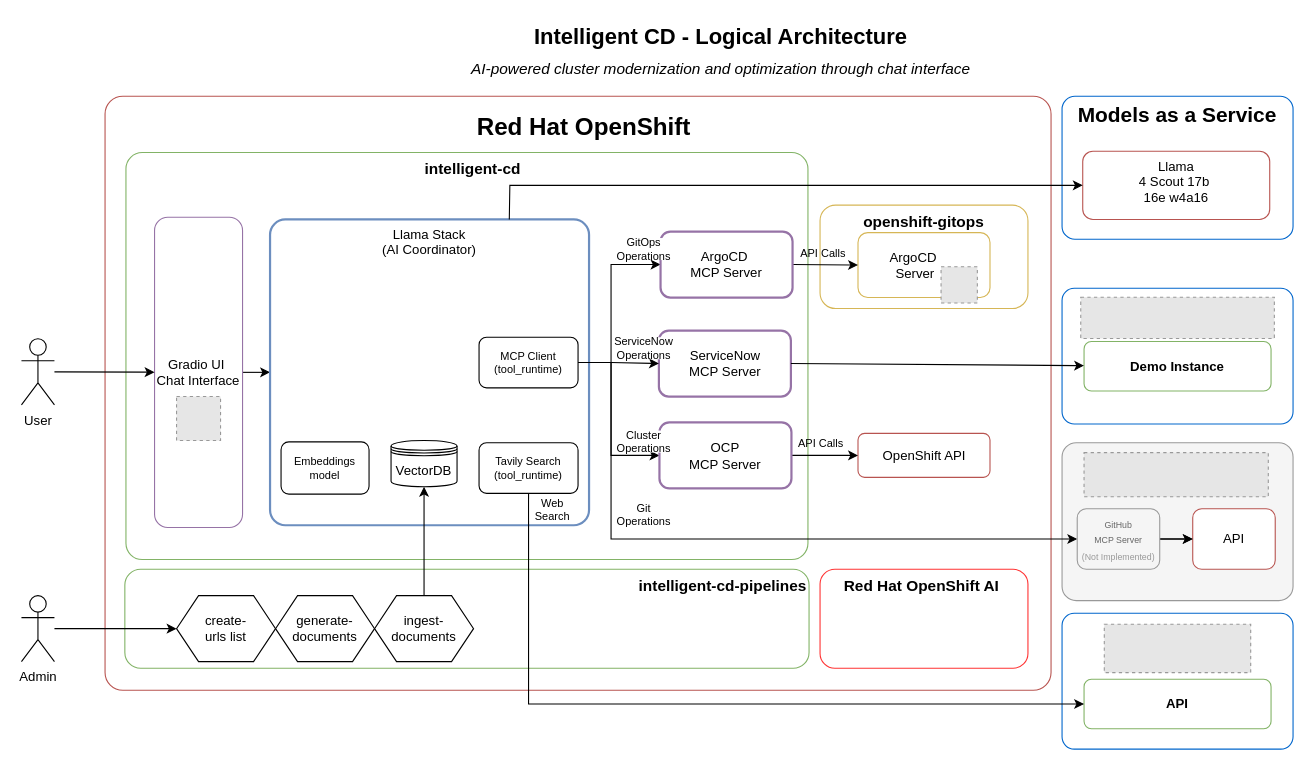
The draw.io diagram architecture.drawio in alpha-hack-program/intelligent-cd-iberia, before the edit. Source tidied: cells renumbered, new cells numbered last; positions are measured from the earlier drawing's top-left corner, leaving out a move shared by most shapes. Both pictures are drawn from the tidied source at 110%, with x=0, y=0 at pixel (21, 19). Pictures stored in the file or linked from it are replaced by grey dashed boxes.
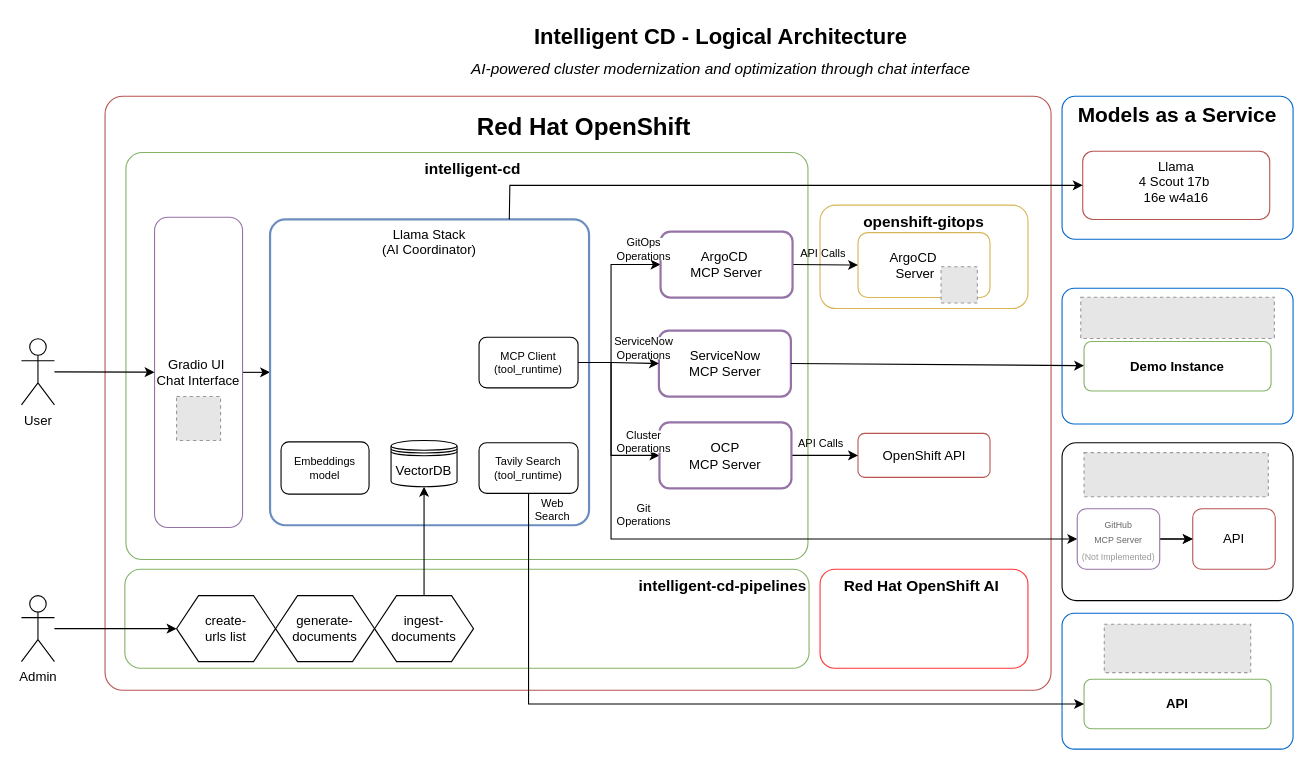
The same diagram, later.

Commit message (it also covers changes not shown here):
⚡️ Add feature to connect to GitHub

What changed in the source:
```diff
@@
-    <mxCell id="2" style="rounded=1;whiteSpace=wrap;html=1;fillColor=#f5f5f5;strokeColor=#999999;fontSize=22;fontStyle=1;arcSize=9;verticalAlign=top;fontColor=#666666;" parent="1" vertex="1">
+    <mxCell id="2" style="rounded=1;whiteSpace=wrap;html=1;fontSize=22;fontStyle=1;arcSize=9;verticalAlign=top;" parent="1" vertex="1">
       <mxGeometry x="946" y="385" width="210" height="143.5" as="geometry" />
     </mxCell>
@@
-    <mxCell id="26" value="&lt;div&gt;&lt;span style=&quot;color: rgb(102, 102, 102);&quot;&gt;&lt;font style=&quot;font-size: 8px;&quot;&gt;GitHub&lt;/font&gt;&lt;/span&gt;&lt;div&gt;&lt;span style=&quot;color: rgb(102, 102, 102);&quot;&gt;&lt;font style=&quot;font-size: 8px;&quot;&gt;MCP Server&lt;/font&gt;&lt;/span&gt;&lt;/div&gt;&lt;div&gt;&lt;span style=&quot;color: rgb(153, 153, 153);&quot;&gt;&lt;font style=&quot;font-size: 8px;&quot;&gt;(Not Implemented)&lt;/font&gt;&lt;/span&gt;&lt;/div&gt;&lt;/div&gt;" style="rounded=1;whiteSpace=wrap;html=1;fillColor=#f5f5f5;strokeColor=#999999;fontSize=12;" parent="1" vertex="1">
+    <mxCell id="26" value="&lt;div&gt;&lt;span style=&quot;color: rgb(102, 102, 102);&quot;&gt;&lt;font style=&quot;font-size: 8px;&quot;&gt;GitHub&lt;/font&gt;&lt;/span&gt;&lt;div&gt;&lt;span style=&quot;color: rgb(102, 102, 102);&quot;&gt;&lt;font style=&quot;font-size: 8px;&quot;&gt;MCP Server&lt;/font&gt;&lt;/span&gt;&lt;/div&gt;&lt;div&gt;&lt;span style=&quot;color: rgb(153, 153, 153);&quot;&gt;&lt;font style=&quot;font-size: 8px;&quot;&gt;(Not Implemented)&lt;/font&gt;&lt;/span&gt;&lt;/div&gt;&lt;/div&gt;" style="rounded=1;whiteSpace=wrap;html=1;fontSize=12;fillColor=#FFFFFF;strokeColor=#9673a6;" parent="1" vertex="1">
       <mxGeometry x="959.8" y="445" width="75" height="55" as="geometry" />
     </mxCell>
```
